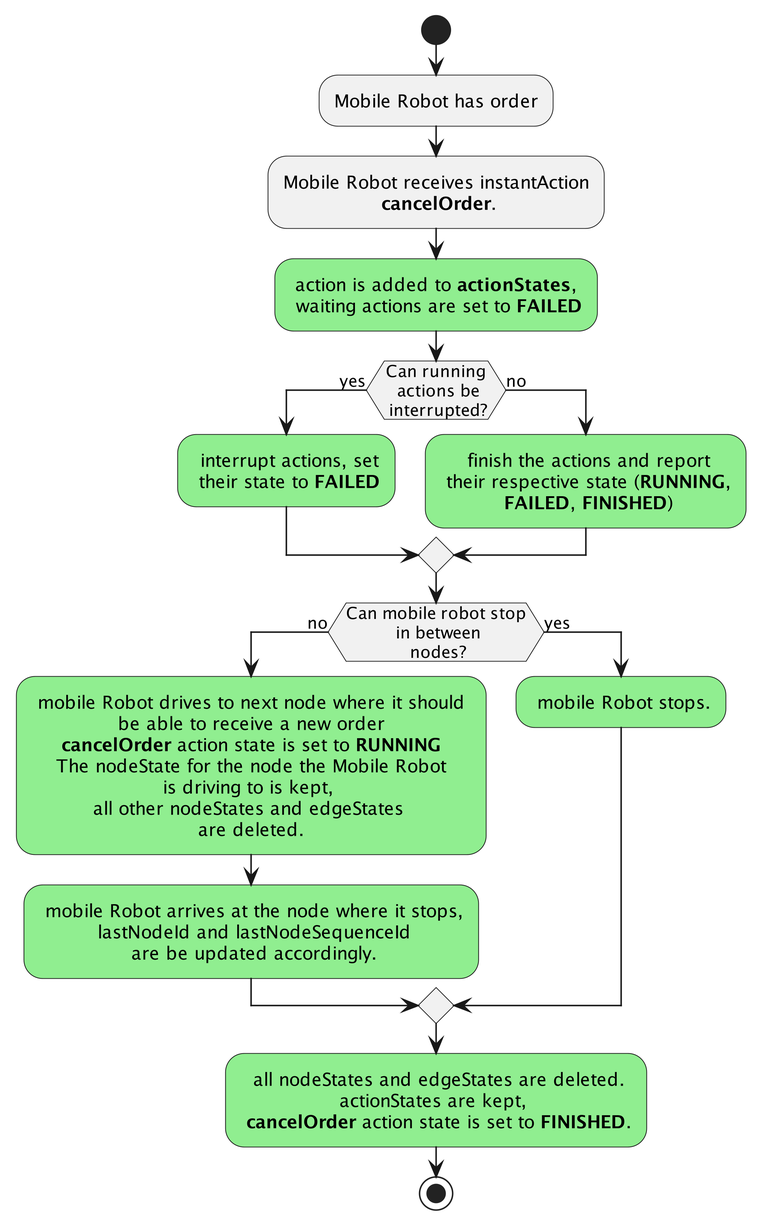
Before: assets/process_cancel_order.png, a diagram exported from PlantUML (VDA5050/VDA5050).
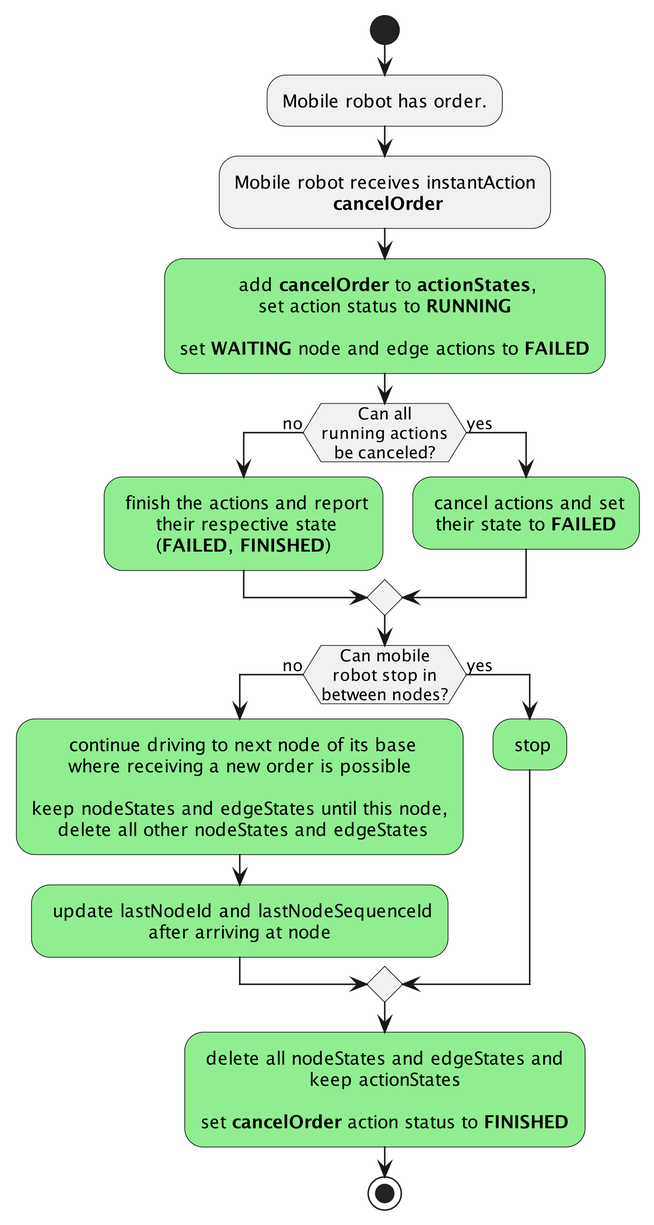
After the commit.

Commit message:
Updated Figure numbers and UML exports of the flowcharts.

What changed in the source:
```diff
@@ -2,21 +2,23 @@
 skinparam dpi 400
 skinparam defaultTextAlignment center
 start
-:Mobile Robot has order;
-:Mobile Robot receives instantAction\n <B>cancelOrder</B>.;
-#lightgreen:action is added to <B>actionStates</B>,\n waiting actions are set to <B>FAILED</B>;
-if (Can running\n actions be\n interrupted?) then (yes)
-    #lightgreen: interrupt actions, set\n their state to <B>FAILED</B>;
-else (no)
-    #lightgreen: finish the actions and report\n their respective state (<B>RUNNING</B>,\n <B>FAILED</B>, <B>FINISHED</B>);
+:Mobile robot has order.;
+:Mobile robot receives instantAction\n <B>cancelOrder</B>;
+#lightgreen: add <B>cancelOrder</B> to <B>actionStates</B>,\nset action status to <B>RUNNING</B>\n\nset <B>WAITING</B> node and edge actions to <B>FAILED</B>;
+
+if (Can all\nrunning actions\nbe canceled?) then (no)
+    #lightgreen: finish the actions and report\n their respective state\n(<B>FAILED</B>, <B>FINISHED</B>);
+else (yes)
+    #lightgreen: cancel actions and set\ntheir state to <B>FAILED</B>;
 endif
 
-if (Can mobile robot stop\n in between\n nodes?) then (no)
-    #lightgreen: mobile Robot drives to next node where it should \n be able to receive a new order \n <B>cancelOrder</B> action state is set to <B>RUNNING</B> \n The nodeState for the node the Mobile Robot \nis driving to is kept, \nall other nodeStates and edgeStates \nare deleted.;
-    #lightgreen: mobile Robot arrives at the node where it stops,\n lastNodeId and lastNodeSequenceId\n are be updated accordingly.;
+if (Can mobile\nrobot stop in\nbetween nodes?) then (no)
+    #lightgreen: continue driving to next node of its base\nwhere receiving a new order is possible\n\nkeep nodeStates and edgeStates until this node,\n delete all other nodeStates and edgeStates;
+    #lightgreen: update lastNodeId and lastNodeSequenceId\nafter arriving at node;
 else (yes)
-    #lightgreen: mobile Robot stops.;
+    #lightgreen: stop;
 endif
-#lightgreen: all nodeStates and edgeStates are deleted.\nactionStates are kept, \n <B>cancelOrder</B> action state is set to <B>FINISHED</B>.;
+
+#lightgreen: delete all nodeStates and edgeStates and \nkeep actionStates\n\nset <B>cancelOrder</B> action status to <B>FINISHED</B>;
 stop
 @enduml
```
